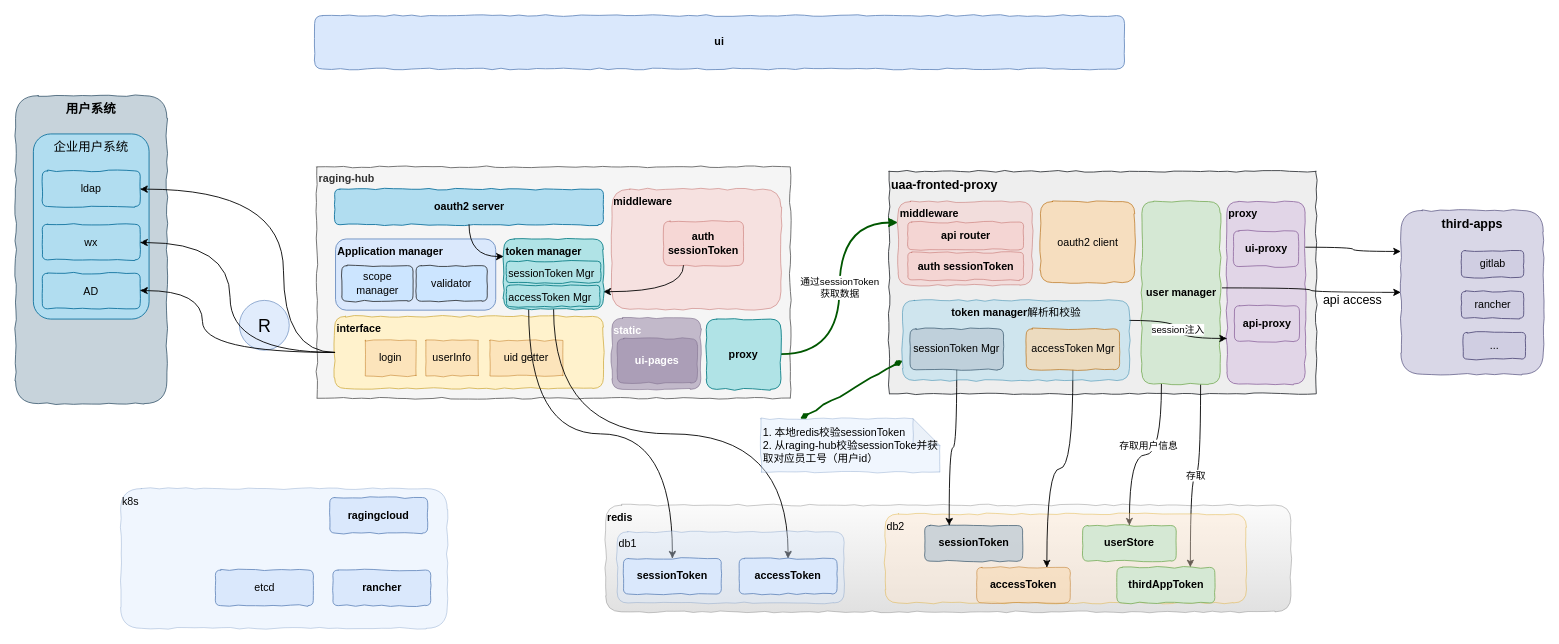
This is 项目关系-开发运维项目方案架构图.drawio from guowenshuai/draw.io, a draw.io file, before an edit. Source tidied: cells renumbered, new cells numbered last; positions are measured from the earlier drawing's top-left corner, leaving out a move shared by most shapes. Both pictures are drawn from the tidied source at 89%, with x=0, y=0 at pixel (15, 15). Pictures stored in the file or linked from it are replaced by grey dashed boxes.
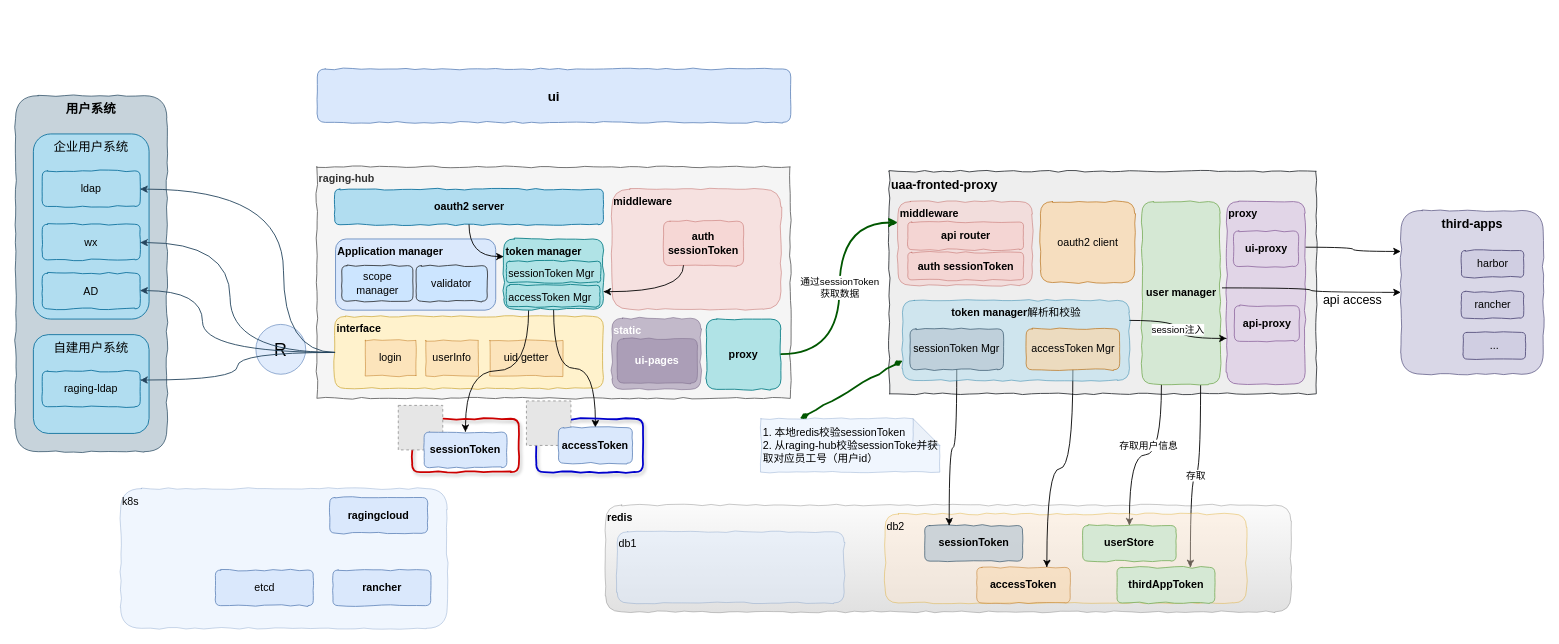
The same diagram, later.

Commit message:
Update 项目关系-开发运维项目方案架构图.drawio

Unchanged cells that the change refers to:
```xml
<mxCell id="9" value="interface" style="rounded=1;whiteSpace=wrap;html=1;verticalAlign=top;align=left;fillColor=#fff2cc;strokeColor=#d6b656;shadow=0;comic=1;fontStyle=1;" parent="1" vertex="1">
  <mxGeometry x="358.5" y="338" width="302" height="81" as="geometry" />
</mxCell>
<mxCell id="66" value="ldap" style="rounded=1;whiteSpace=wrap;html=1;fillColor=#b1ddf0;strokeColor=#10739e;shadow=0;comic=1;" parent="1" vertex="1">
  <mxGeometry x="30" y="174.5" width="110" height="40" as="geometry" />
</mxCell>
<mxCell id="67" value="wx" style="rounded=1;whiteSpace=wrap;html=1;fillColor=#b1ddf0;strokeColor=#10739e;shadow=0;comic=1;" parent="1" vertex="1">
  <mxGeometry x="30" y="234.5" width="110" height="40" as="geometry" />
</mxCell>
<mxCell id="68" value="AD" style="rounded=1;whiteSpace=wrap;html=1;fillColor=#b1ddf0;strokeColor=#10739e;shadow=0;comic=1;" parent="1" vertex="1">
  <mxGeometry x="30" y="289.5" width="110" height="40" as="geometry" />
</mxCell>
```

Diff of the diagram source:
```diff
@@
     <mxCell id="3" value="&lt;b&gt;&lt;font style=&quot;font-size: 14px&quot;&gt;用户系统&lt;/font&gt;&lt;/b&gt;" style="rounded=1;whiteSpace=wrap;html=1;opacity=80;align=center;fillColor=#bac8d3;strokeColor=#23445d;shadow=0;comic=1;verticalAlign=top;" parent="1" vertex="1">
-      <mxGeometry y="90" width="170" height="346" as="geometry" />
+      <mxGeometry y="90" width="170" height="400" as="geometry" />
     </mxCell>
@@
     <mxCell id="13" value="&lt;span style=&quot;font-size: 20px&quot;&gt;R&lt;/span&gt;" style="ellipse;html=1;fillColor=#dae8fc;strokeColor=#6c8ebf;opacity=80;shadow=0;labelBorderColor=none;labelBackgroundColor=none;whiteSpace=wrap;" parent="1" vertex="1">
-      <mxGeometry x="251.5" y="320" width="56" height="56" as="geometry" />
+      <mxGeometry x="270" y="347" width="56" height="56" as="geometry" />
     </mxCell>
@@
-    <mxCell id="31" value="gitlab" style="rounded=1;whiteSpace=wrap;html=1;fillColor=#d0cee2;strokeColor=#56517e;shadow=0;comic=1;fontStyle=0;" parent="1" vertex="1">
+    <mxCell id="31" value="harbor" style="rounded=1;whiteSpace=wrap;html=1;fillColor=#d0cee2;strokeColor=#56517e;shadow=0;comic=1;fontStyle=0;" parent="1" vertex="1">
       <mxGeometry x="1624.5" y="264" width="70" height="30" as="geometry" />
     </mxCell>
@@
-    <mxCell id="37" value="&lt;b&gt;sessionToken&lt;/b&gt;" style="rounded=1;whiteSpace=wrap;html=1;comic=1;verticalAlign=middle;align=center;fillColor=#dae8fc;strokeColor=#6c8ebf;" parent="1" vertex="1">
-      <mxGeometry x="683" y="610" width="110" height="40" as="geometry" />
-    </mxCell>
-    <mxCell id="38" value="&lt;b&gt;accessToken&lt;/b&gt;" style="rounded=1;whiteSpace=wrap;html=1;comic=1;verticalAlign=middle;align=center;fillColor=#dae8fc;strokeColor=#6c8ebf;" parent="1" vertex="1">
-      <mxGeometry x="813" y="610" width="110" height="40" as="geometry" />
-    </mxCell>
@@
-    <mxCell id="64" value="&lt;b&gt;ui&lt;br&gt;&lt;/b&gt;" style="rounded=1;whiteSpace=wrap;html=1;comic=1;verticalAlign=middle;align=center;fillColor=#dae8fc;strokeColor=#6c8ebf;" parent="1" vertex="1">
-      <mxGeometry x="336" width="910" height="60" as="geometry" />
+    <mxCell id="64" value="&lt;b style=&quot;font-size: 15px;&quot;&gt;ui&lt;br style=&quot;font-size: 15px;&quot;&gt;&lt;/b&gt;" style="rounded=1;whiteSpace=wrap;html=1;comic=1;verticalAlign=middle;align=center;fillColor=#dae8fc;strokeColor=#6c8ebf;fontSize=15;" parent="1" vertex="1">
+      <mxGeometry x="339" y="60" width="532" height="60" as="geometry" />
     </mxCell>
@@
-    <mxCell id="69" style="edgeStyle=orthogonalEdgeStyle;curved=1;rounded=0;comic=1;jettySize=auto;html=1;" parent="1" edge="1" source="9" target="66">
+    <mxCell id="69" style="edgeStyle=orthogonalEdgeStyle;curved=1;rounded=0;comic=1;jettySize=auto;html=1;fillColor=#bac8d3;strokeColor=#23445d;" parent="1" edge="1" source="9" target="66">
       <mxGeometry relative="1" as="geometry">
         <Array as="points">
           <mxPoint x="301" y="379" />
           <mxPoint x="301" y="195" />
         </Array>
       </mxGeometry>
     </mxCell>
-    <mxCell id="70" style="edgeStyle=orthogonalEdgeStyle;curved=1;rounded=0;comic=1;jettySize=auto;html=1;" parent="1" edge="1" source="9" target="67">
+    <mxCell id="70" style="edgeStyle=orthogonalEdgeStyle;curved=1;rounded=0;comic=1;jettySize=auto;html=1;fillColor=#bac8d3;strokeColor=#23445d;" parent="1" edge="1" source="9" target="67">
       <mxGeometry relative="1" as="geometry">
         <Array as="points">
           <mxPoint x="241" y="379" />
           <mxPoint x="241" y="255" />
         </Array>
       </mxGeometry>
     </mxCell>
-    <mxCell id="71" style="edgeStyle=orthogonalEdgeStyle;curved=1;rounded=0;comic=1;jettySize=auto;html=1;" parent="1" edge="1" source="9" target="68">
+    <mxCell id="71" style="edgeStyle=orthogonalEdgeStyle;curved=1;rounded=0;comic=1;jettySize=auto;html=1;fillColor=#bac8d3;strokeColor=#23445d;" parent="1" edge="1" source="9" target="68">
       <mxGeometry relative="1" as="geometry">
         <Array as="points">
           <mxPoint x="210" y="379" />
           <mxPoint x="210" y="309" />
         </Array>
       </mxGeometry>
     </mxCell>
+    <mxCell id="72" style="group;" parent="1" vertex="1">
+      <mxGeometry x="20" y="358.5" width="130" height="111" as="geometry" />
+    </mxCell>
+    <mxCell id="73" value="&lt;font style=&quot;font-size: 14px&quot;&gt;自建用户系统&lt;/font&gt;" style="rounded=1;whiteSpace=wrap;html=1;align=center;fillColor=#b1ddf0;strokeColor=#10739e;verticalAlign=top;" parent="72" vertex="1">
+      <mxGeometry width="130" height="111" as="geometry" />
+    </mxCell>
+    <mxCell id="74" value="raging-ldap" style="rounded=1;whiteSpace=wrap;html=1;fillColor=#b1ddf0;strokeColor=#10739e;shadow=0;comic=1;" parent="72" vertex="1">
+      <mxGeometry x="10" y="41" width="110" height="40" as="geometry" />
+    </mxCell>
+    <mxCell id="75" style="rounded=0;comic=1;jettySize=auto;html=1;fillColor=#bac8d3;strokeColor=#23445d;entryX=1;entryY=0.25;entryDx=0;entryDy=0;exitX=0;exitY=0.5;exitDx=0;exitDy=0;edgeStyle=orthogonalEdgeStyle;curved=1;" parent="1" edge="1" source="9" target="74">
+      <mxGeometry relative="1" as="geometry" />
+    </mxCell>
+    <mxCell id="76" style="group;" parent="1" vertex="1">
+      <mxGeometry x="574" y="433" width="131" height="80" as="geometry" />
+    </mxCell>
+    <mxCell id="77" style="rounded=1;whiteSpace=wrap;html=1;strokeWidth=2;strokeColor=#0000CC;verticalAlign=top;gradientColor=none;gradientDirection=north;glass=1;comic=1;shadow=1;fontStyle=4;fillColor=none;" parent="76" vertex="1">
+      <mxGeometry x="11" y="20" width="120" height="60" as="geometry" />
+    </mxCell>
+    <mxCell id="78" style="fillColor=#E6E6E6;strokeColor=#999999;dashed=1;html=1;verticalAlign=top;verticalLabelPosition=bottom;labelBackgroundColor=#ffffff;fontStyle=4;" parent="76" vertex="1">
+      <mxGeometry width="50" height="50" as="geometry" />
+    </mxCell>
+    <mxCell id="38" value="&lt;b&gt;accessToken&lt;/b&gt;" style="rounded=1;whiteSpace=wrap;html=1;comic=1;verticalAlign=middle;align=center;fillColor=#dae8fc;strokeColor=#6c8ebf;" parent="76" vertex="1">
+      <mxGeometry x="36" y="30" width="83" height="40" as="geometry" />
+    </mxCell>
+    <mxCell id="79" style="group;" parent="1" vertex="1">
+      <mxGeometry x="430" y="438" width="135.5" height="75" as="geometry" />
+    </mxCell>
+    <mxCell id="80" style="rounded=1;whiteSpace=wrap;html=1;strokeWidth=2;strokeColor=#CC0000;verticalAlign=top;gradientColor=none;gradientDirection=north;glass=1;comic=1;shadow=1;fillColor=none;" parent="79" vertex="1">
+      <mxGeometry x="15.5" y="15" width="120" height="60" as="geometry" />
+    </mxCell>
+    <mxCell id="81" style="fillColor=#E6E6E6;strokeColor=#999999;dashed=1;html=1;verticalAlign=top;verticalLabelPosition=bottom;labelBackgroundColor=#ffffff;" parent="79" vertex="1">
+      <mxGeometry width="50" height="50" as="geometry" />
+    </mxCell>
+    <mxCell id="37" value="&lt;b&gt;sessionToken&lt;/b&gt;" style="rounded=1;whiteSpace=wrap;html=1;comic=1;verticalAlign=middle;align=center;fillColor=#dae8fc;strokeColor=#6c8ebf;" parent="79" vertex="1">
+      <mxGeometry x="29" y="30" width="93" height="40" as="geometry" />
+    </mxCell>
```
